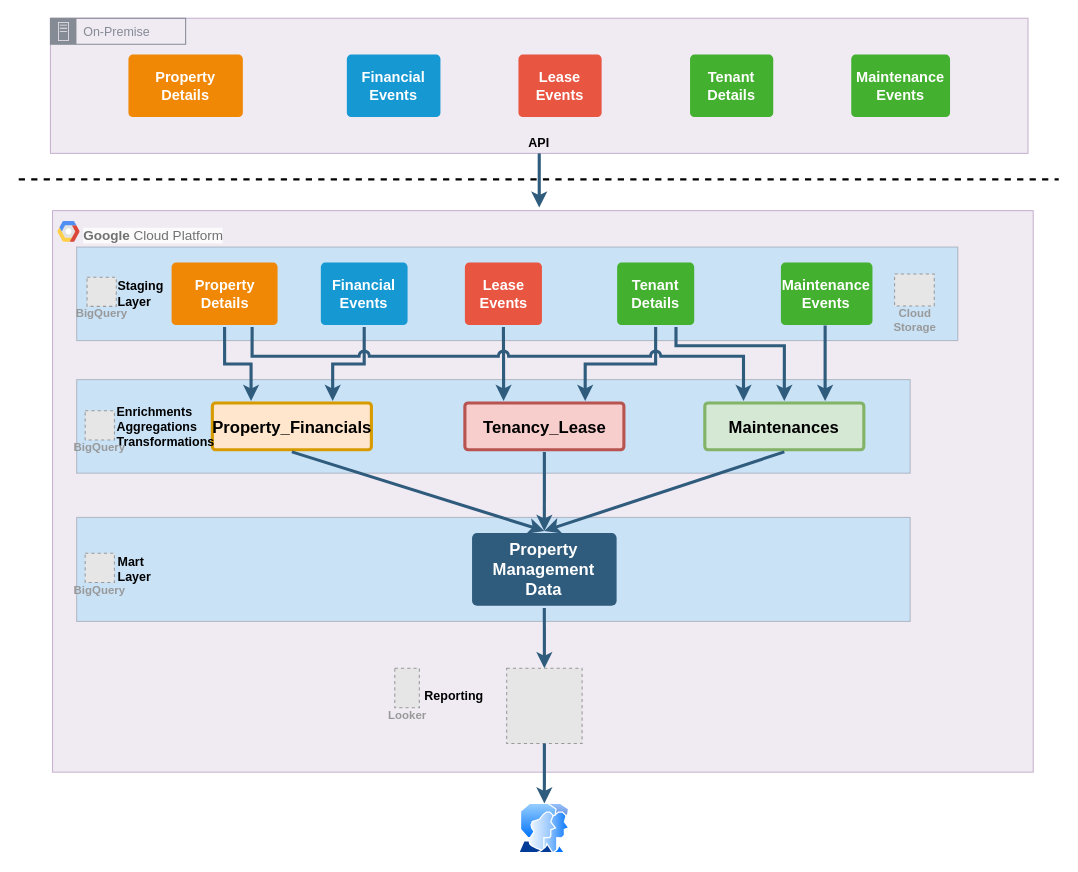
This is PFP-Sample/PFP-HLD-Design.drawio from harshaldharme/ProjectSpaces, a draw.io file, before an edit. Source tidied: cells renumbered, new cells numbered last; positions are measured from the earlier drawing's top-left corner, leaving out a move shared by most shapes. Both pictures are drawn from the tidied source at 104%, with x=0, y=0 at pixel (18, 18). Pictures stored in the file or linked from it are replaced by grey dashed boxes.
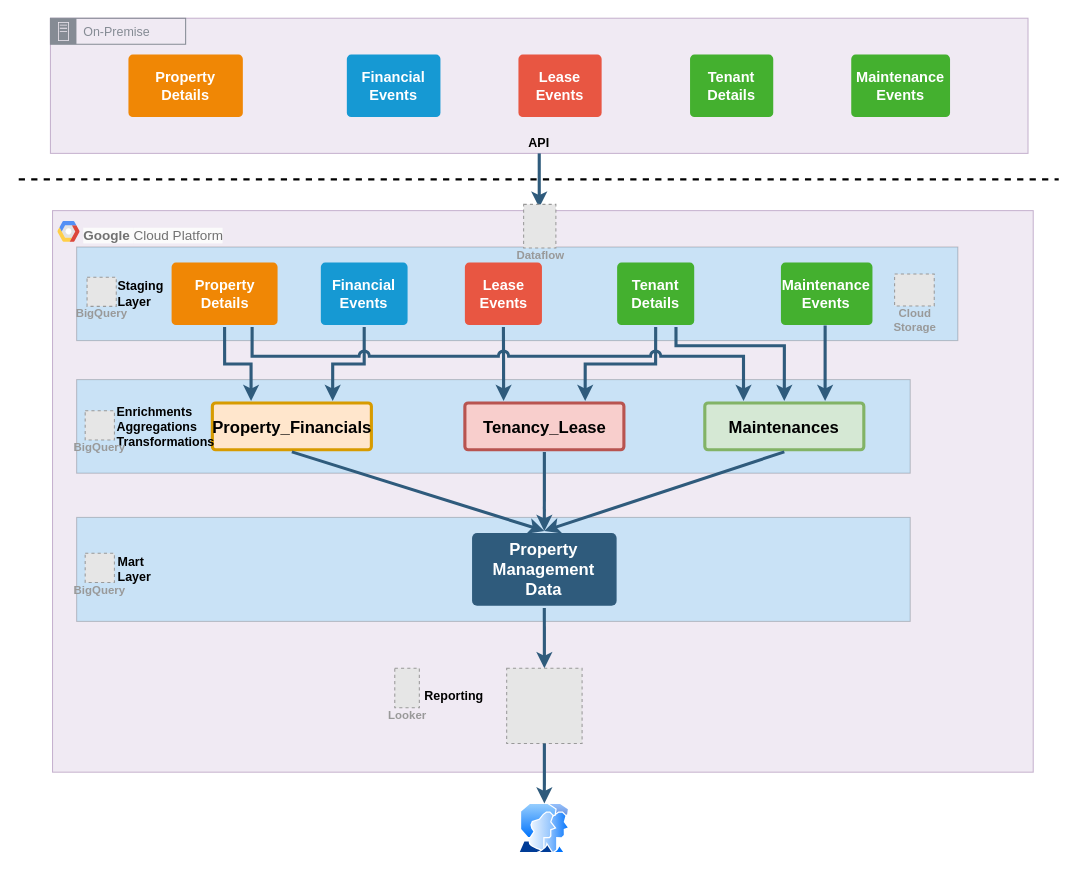
After the change.

What changed in the source:
```diff
@@
+    <mxCell id="53" value="Dataflow" style="fillColor=#E6E6E6;strokeColor=#999999;dashed=1;html=1;verticalAlign=top;labelPosition=center;verticalLabelPosition=bottom;align=center;spacingTop=-6;fontSize=11;fontStyle=1;fontColor=#999999;" parent="1" vertex="1">
+      <mxGeometry x="486" y="179" width="31" height="42" as="geometry" />
+    </mxCell>
```
